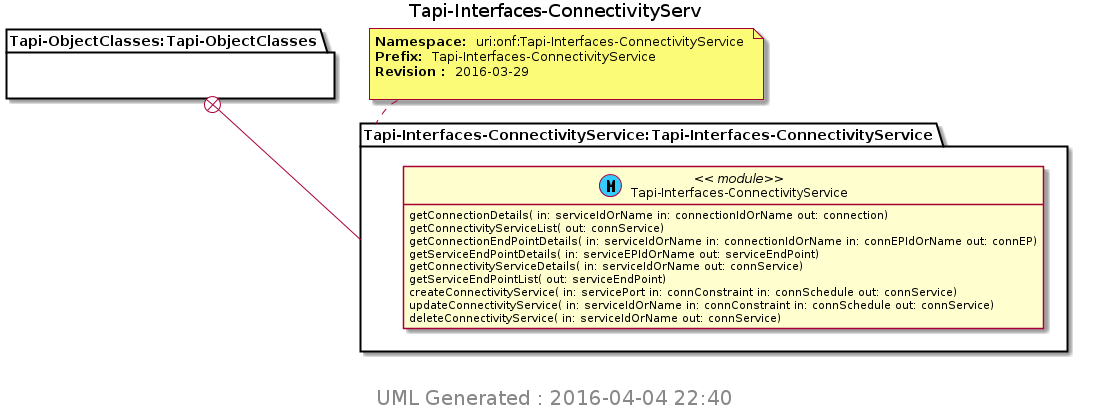
Above: TransportAPI/YANG/pyang_uml/Tapi-Interfaces-ConnectivityServ.png in Open-Network-Models-and-Interfaces-ONMI/TAPI (PlantUML), before the change.
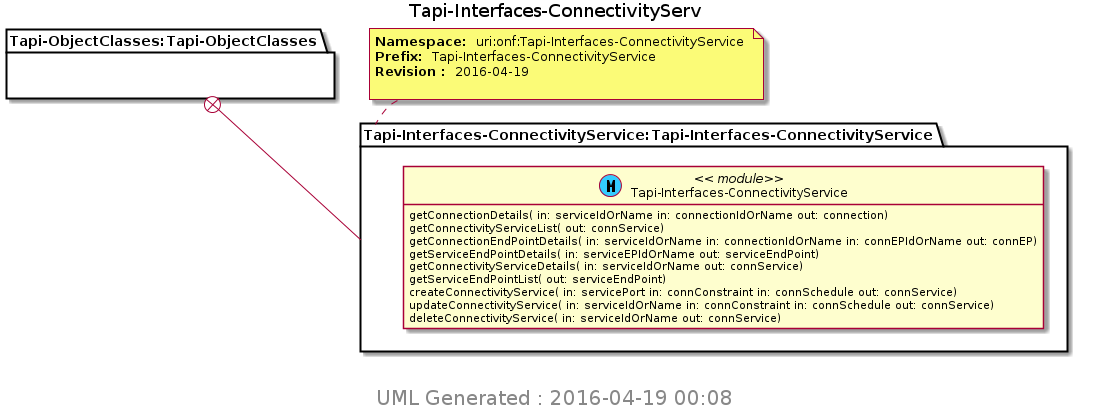
After the commit.

What changed in the source:
```diff
@@ -10,7 +10,7 @@
 Title Tapi-Interfaces-ConnectivityServ
 package "Tapi-ObjectClasses:Tapi-ObjectClasses" as Tapi_ObjectClasses_Tapi_ObjectClasses {
 }
-note top of Tapi_Interfaces_ConnectivityService_Tapi_Interfaces_ConnectivityService : <b>Namespace: </b> uri:onf:Tapi-Interfaces-ConnectivityService \n<b>Prefix: </b> Tapi-Interfaces-ConnectivityService \n<b>Revision : </b> 2016-03-29 \n
+note top of Tapi_Interfaces_ConnectivityService_Tapi_Interfaces_ConnectivityService : <b>Namespace: </b> uri:onf:Tapi-Interfaces-ConnectivityService \n<b>Prefix: </b> Tapi-Interfaces-ConnectivityService \n<b>Revision : </b> 2016-04-19 \n
 package "Tapi-Interfaces-ConnectivityService:Tapi-Interfaces-ConnectivityService" as Tapi_Interfaces_ConnectivityService_Tapi_Interfaces_ConnectivityService {
 Tapi_ObjectClasses_Tapi_ObjectClasses +-- Tapi_Interfaces_ConnectivityService_Tapi_Interfaces_ConnectivityService
 class "Tapi-Interfaces-ConnectivityService" as Tapi_Interfaces_ConnectivityService << (M, #33CCFF) module>>
@@ -26,6 +26,6 @@
 }
 
 center footer
- <size:20> UML Generated : 2016-04-04 22:40 </size>
+ <size:20> UML Generated : 2016-04-19 00:08 </size>
  endfooter
 @enduml
```
